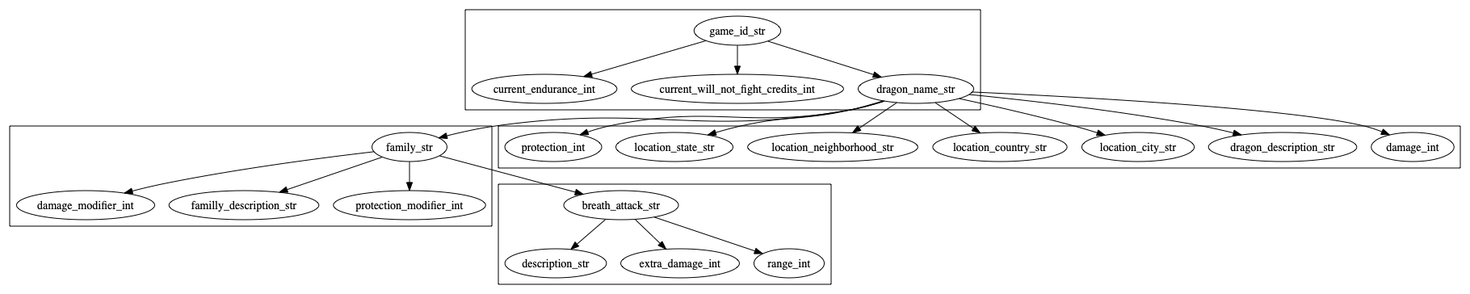
The Graphviz diagram model.png in jwalsh/dynamodb-dragons, before a commit. Its source is kept beside it as model.dot. Source of this version:
```dot
digraph G {

subgraph cluster_current_power {
        "game_id_str" -> {
                "current_endurance_int"
                "current_will_not_fight_credits_int"
                "dragon_name_str"
        }
}


subgraph cluster_bonus_attack {
        "breath_attack_str" -> {
                "description_str"
                "extra_damage_int"
                "range_int"
        }
}



subgraph cluster_family {
        "family_str" -> {
                "breath_attack_str"
                "damage_modifier_int"
                "familly_description_str"
                "protection_modifier_int"
        }
}


subgraph cluster_stats {
        "dragon_name_str" -> {
                "damage_int"
                "dragon_description_str"
                "family_str"
                "location_city_str"
                "location_country_str"
                "location_neighborhood_str"
                "location_state_str"
                "protection_int"
        }
}


}
```
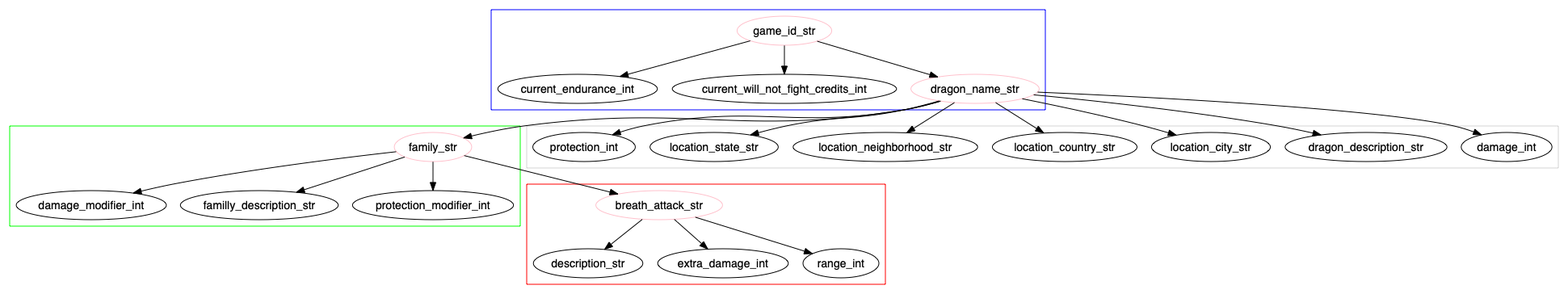
Later version of the same file.

Commit message:
Validating model

The edit, as a diff of the source:
```diff
@@ -1,46 +1,47 @@
 digraph G {
-
-subgraph cluster_current_power {
-        "game_id_str" -> {
-                "current_endurance_int"
-                "current_will_not_fight_credits_int"
-                "dragon_name_str"
+        graph [fontname = "Handlee"];
+        node [fontname = "Handlee"];
+        edge [fontname = "Handlee"];
+        subgraph cluster_current_power {
+                color=blue;
+                "game_id_str" [color=pink];
+                "game_id_str" -> {
+                        "current_endurance_int"
+                        "current_will_not_fight_credits_int"
+                        "dragon_name_str"
+                }
+        }
+        subgraph cluster_bonus_attack {
+                color=red;
+                "breath_attack_str" [color=pink];
+                "breath_attack_str" -> {
+                        "description_str"
+                        "extra_damage_int"
+                        "range_int"
+                }
+        }
+        subgraph cluster_family {
+                color=green;
+                "family_str" [color=pink];
+                "family_str" -> {
+                        "breath_attack_str"
+                        "damage_modifier_int"
+                        "familly_description_str"
+                        "protection_modifier_int"
+                }
+        }
+        subgraph cluster_stats {
+                color=lightgrey;
+                "dragon_name_str" [color=pink];
+                "dragon_name_str" -> {
+                        "damage_int"
+                        "dragon_description_str"
+                        "family_str"
+                        "location_city_str"
+                        "location_country_str"
+                        "location_neighborhood_str"
+                        "location_state_str"
+                        "protection_int"
+                }
         }
 }
-
-
-subgraph cluster_bonus_attack {
-        "breath_attack_str" -> {
-                "description_str"
-                "extra_damage_int"
-                "range_int"
-        }
-}
-
-
-
-subgraph cluster_family {
-        "family_str" -> {
-                "breath_attack_str"
-                "damage_modifier_int"
-                "familly_description_str"
-                "protection_modifier_int"
-        }
-}
-
-
-subgraph cluster_stats {
-        "dragon_name_str" -> {
-                "damage_int"
-                "dragon_description_str"
-                "family_str"
-                "location_city_str"
-                "location_country_str"
-                "location_neighborhood_str"
-                "location_state_str"
-                "protection_int"
-        }
-}
-
-
-}
```
